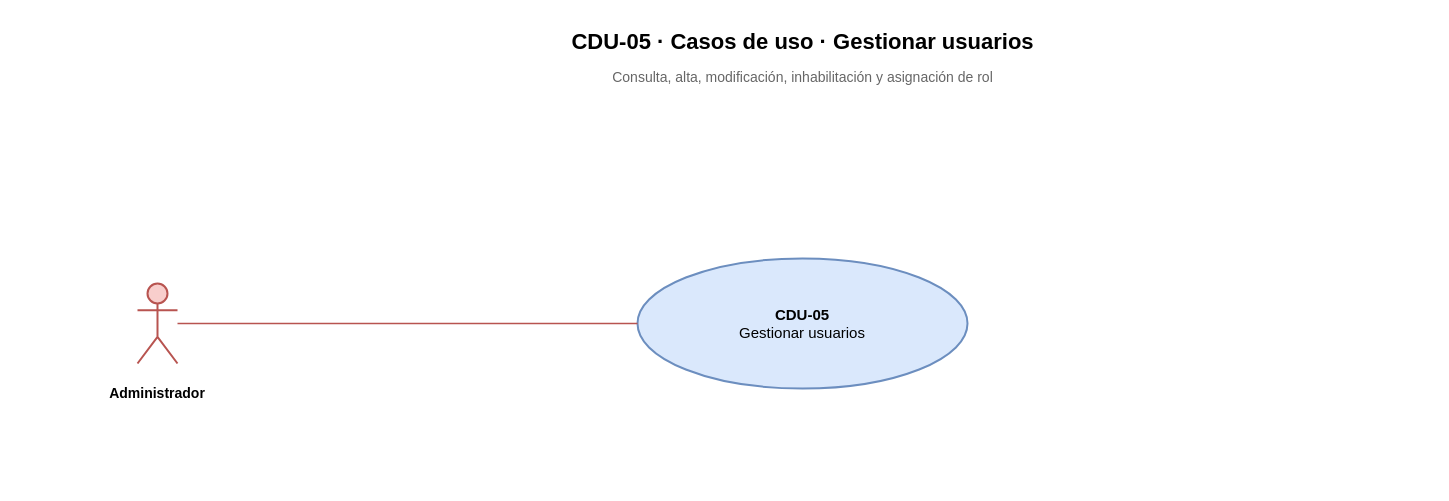
This is Diagramas/Casos de Uso/T04 - CDU-05 - Edición de usuario - Casos de uso.drawio from juanNH/Ingenieria-de-Software, a draw.io file, before an edit. Source tidied: cells renumbered, new cells numbered last; positions are measured from the earlier drawing's top-left corner, leaving out a move shared by most shapes. Both pictures are drawn from the tidied source at 100%, with x=0, y=0 at pixel (17, 21).
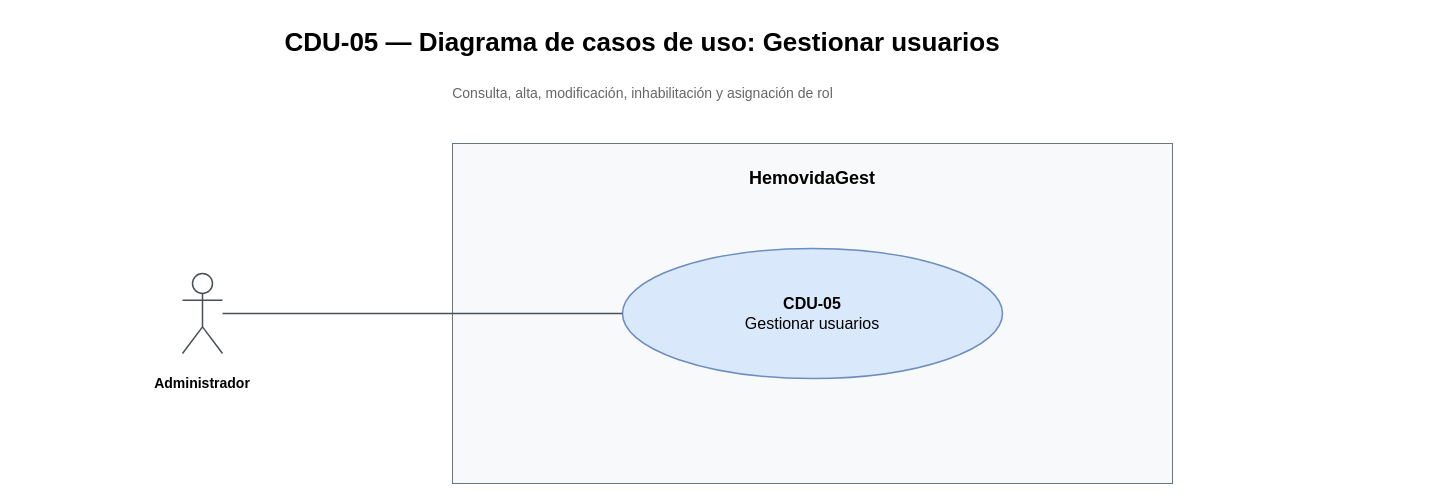
The same page after the edit.

Change to the diagram source:
```diff
@@
 <mxGraphModel>
   <root>
     <mxCell id="0" />
     <mxCell id="1" parent="0" />
+    <mxCell id="8" value="&lt;b&gt;HemovidaGest&lt;/b&gt;" style="rounded=0;whiteSpace=wrap;html=1;fillColor=#f8f9fa;strokeColor=#6c757d;verticalAlign=top;spacingTop=18;fontSize=18;fontFamily=Arial;" parent="1" vertex="1">
+      <mxGeometry x="435" y="122" width="720" height="340" as="geometry" />
+    </mxCell>
-    <mxCell id="2" value="CDU-05 · Casos de uso · Gestionar usuarios" style="text;html=1;strokeColor=none;fillColor=none;fontStyle=1;fontSize=22;align=center;verticalAlign=middle;fontFamily=Arial;" parent="1" vertex="1">
-      <mxGeometry x="155" width="1260" height="42" as="geometry" />
+    <mxCell id="2" value="CDU-05 — Diagrama de casos de uso: Gestionar usuarios" style="text;html=1;whiteSpace=wrap;strokeColor=none;fillColor=none;fontFamily=Arial;fontSize=26;fontStyle=1;align=center;verticalAlign=middle;" parent="1" vertex="1">
+      <mxGeometry x="25" y="-4" width="1200" height="50" as="geometry" />
     </mxCell>
     <mxCell id="3" value="Consulta, alta, modificación, inhabilitación y asignación de rol" style="text;html=1;strokeColor=none;fillColor=none;fontSize=14;align=center;verticalAlign=middle;fontColor=#666666;fontFamily=Arial;" parent="1" vertex="1">
-      <mxGeometry x="335" y="42" width="900" height="28" as="geometry" />
+      <mxGeometry x="65" y="56" width="1120" height="32" as="geometry" />
     </mxCell>
-    <mxCell id="4" value="&lt;b&gt;CDU-05&lt;/b&gt;&lt;br&gt;Gestionar usuarios" style="ellipse;whiteSpace=wrap;html=1;fillColor=#dae8fc;strokeColor=#6c8ebf;strokeWidth=2;fontSize=15;fontFamily=Arial;align=center;verticalAlign=middle;" parent="1" vertex="1">
-      <mxGeometry x="620" y="237" width="330" height="130" as="geometry" />
+    <mxCell id="4" value="&lt;b&gt;CDU-05&lt;/b&gt;&lt;br&gt;Gestionar usuarios" style="ellipse;whiteSpace=wrap;html=1;fillColor=#dae8fc;strokeColor=#6c8ebf;strokeWidth=1.5;fontSize=16;fontFamily=Arial;align=center;verticalAlign=middle;" parent="1" vertex="1">
+      <mxGeometry x="605" y="227" width="380" height="130" as="geometry" />
     </mxCell>
-    <mxCell id="5" style="shape=umlActor;html=1;fillColor=#f8cecc;strokeColor=#b85450;strokeWidth=2;" parent="1" vertex="1">
-      <mxGeometry x="120" y="262" width="40" height="80" as="geometry" />
+    <mxCell id="5" style="shape=umlActor;html=1;fillColor=#ffffff;strokeColor=#495057;strokeWidth=1.5;" parent="1" vertex="1">
+      <mxGeometry x="165" y="252" width="40" height="80" as="geometry" />
     </mxCell>
     <mxCell id="6" value="&lt;b&gt;Administrador&lt;/b&gt;" style="text;html=1;strokeColor=none;fillColor=none;fontSize=14;fontFamily=Arial;align=center;verticalAlign=top;whiteSpace=wrap;" parent="1" vertex="1">
-      <mxGeometry y="357" width="280" height="66" as="geometry" />
+      <mxGeometry x="45" y="347" width="280" height="66" as="geometry" />
     </mxCell>
-    <mxCell id="7" style="rounded=0;html=1;endArrow=none;startArrow=none;strokeColor=#b85450;strokeWidth=1.5;exitX=1;exitY=0.5;entryX=0;entryY=0.5;" parent="1" edge="1" source="5" target="4">
+    <mxCell id="7" style="rounded=0;html=1;endArrow=none;startArrow=none;strokeColor=#495057;strokeWidth=1.5;exitX=1;exitY=0.5;entryX=0;entryY=0.5;" parent="1" edge="1" source="5" target="4">
       <mxGeometry relative="1" as="geometry" />
     </mxCell>
   </root>
 </mxGraphModel>
```
